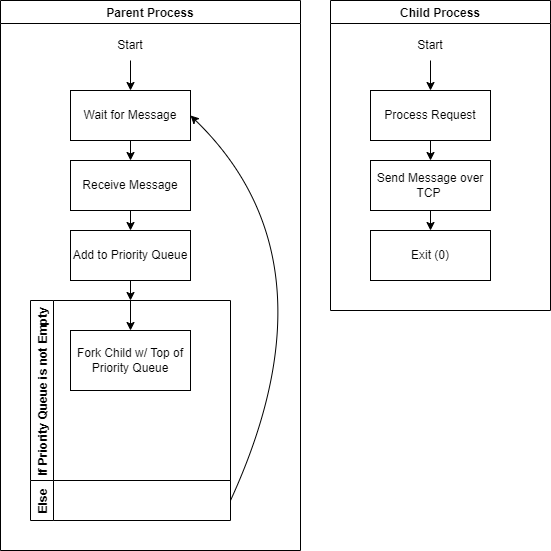
The draw.io diagram multi-processing-diagram.png in RishabhNarang/os-challenge-REEL-OS, before a commit. Source tidied: cells renumbered, new cells last; positions are measured from the earlier drawing's top-left corner, leaving out a move shared by most shapes. The source it was exported from:
```xml
<mxGraphModel>
  <root>
    <mxCell id="0" />
    <mxCell id="1" parent="0" />
    <mxCell id="2" value="Parent Process" style="swimlane;" parent="1" vertex="1">
      <mxGeometry width="300" height="550" as="geometry" />
    </mxCell>
    <mxCell id="3" style="edgeStyle=orthogonalEdgeStyle;rounded=0;jettySize=auto;html=1;exitX=0.5;exitY=1;exitDx=0;exitDy=0;" parent="2" edge="1" source="4">
      <mxGeometry relative="1" as="geometry">
        <mxPoint x="130" y="160" as="targetPoint" />
      </mxGeometry>
    </mxCell>
    <mxCell id="4" value="Wait for Message" style="rounded=0;whiteSpace=wrap;html=1;" parent="2" vertex="1">
      <mxGeometry x="70" y="90" width="120" height="50" as="geometry" />
    </mxCell>
    <mxCell id="5" style="edgeStyle=orthogonalEdgeStyle;rounded=0;jettySize=auto;html=1;" parent="2" edge="1" source="6">
      <mxGeometry relative="1" as="geometry">
        <mxPoint x="130" y="300" as="targetPoint" />
        <Array as="points">
          <mxPoint x="130" y="280" />
        </Array>
      </mxGeometry>
    </mxCell>
    <mxCell id="6" value="Add to Priority Queue" style="rounded=0;whiteSpace=wrap;html=1;" parent="2" vertex="1">
      <mxGeometry x="70" y="230" width="120" height="50" as="geometry" />
    </mxCell>
    <mxCell id="7" value="If Priority Queue is not Empty" style="swimlane;horizontal=0;" parent="2" vertex="1">
      <mxGeometry x="30" y="300" width="200" height="180" as="geometry" />
    </mxCell>
    <mxCell id="8" value="Fork Child w/ Top of Priority Queue" style="rounded=0;whiteSpace=wrap;html=1;" parent="7" vertex="1">
      <mxGeometry x="40" y="30" width="120" height="60" as="geometry" />
    </mxCell>
    <mxCell id="9" style="edgeStyle=orthogonalEdgeStyle;rounded=0;jettySize=auto;html=1;exitX=0.5;exitY=0;exitDx=0;exitDy=0;" parent="7" edge="1" source="7" target="8">
      <mxGeometry relative="1" as="geometry">
        <Array as="points">
          <mxPoint x="100" y="30" />
          <mxPoint x="100" y="30" />
        </Array>
      </mxGeometry>
    </mxCell>
    <mxCell id="10" value="Else" style="swimlane;horizontal=0;" parent="2" vertex="1">
      <mxGeometry x="30" y="480" width="200" height="40" as="geometry" />
    </mxCell>
    <mxCell id="11" style="edgeStyle=orthogonalEdgeStyle;rounded=0;jettySize=auto;html=1;exitX=0.5;exitY=1;exitDx=0;exitDy=0;entryX=0.5;entryY=0;entryDx=0;entryDy=0;" parent="2" edge="1" source="12" target="6">
      <mxGeometry relative="1" as="geometry" />
    </mxCell>
    <mxCell id="12" value="Receive Message" style="rounded=0;whiteSpace=wrap;html=1;" parent="2" vertex="1">
      <mxGeometry x="70" y="160" width="120" height="50" as="geometry" />
    </mxCell>
    <mxCell id="13" style="endArrow=classic;html=1;rounded=0;entryX=0.5;entryY=0;entryDx=0;entryDy=0;" parent="2" edge="1" target="4">
      <mxGeometry relative="1" as="geometry">
        <mxPoint x="130" y="60" as="sourcePoint" />
      </mxGeometry>
    </mxCell>
    <mxCell id="14" style="curved=1;endArrow=classic;html=1;rounded=0;entryX=1;entryY=0.5;entryDx=0;entryDy=0;" parent="2" edge="1" target="4">
      <mxGeometry relative="1" as="geometry">
        <mxPoint x="230" y="500" as="sourcePoint" />
        <Array as="points">
          <mxPoint x="340" y="260" />
        </Array>
      </mxGeometry>
    </mxCell>
    <mxCell id="15" value="Start" style="text;html=1;strokeColor=none;fillColor=none;align=center;verticalAlign=middle;whiteSpace=wrap;rounded=0;" parent="2" vertex="1">
      <mxGeometry x="100" y="30" width="60" height="30" as="geometry" />
    </mxCell>
    <mxCell id="16" value="Child Process" style="swimlane;" parent="1" vertex="1">
      <mxGeometry x="330" width="220" height="310" as="geometry" />
    </mxCell>
    <mxCell id="17" style="edgeStyle=orthogonalEdgeStyle;rounded=0;jettySize=auto;html=1;exitX=0.5;exitY=1;exitDx=0;exitDy=0;" parent="16" edge="1" source="18">
      <mxGeometry relative="1" as="geometry">
        <mxPoint x="100" y="160" as="targetPoint" />
      </mxGeometry>
    </mxCell>
    <mxCell id="18" value="Process Request" style="rounded=0;whiteSpace=wrap;html=1;" parent="16" vertex="1">
      <mxGeometry x="40" y="90" width="120" height="50" as="geometry" />
    </mxCell>
    <mxCell id="19" value="Exit (0)" style="rounded=0;whiteSpace=wrap;html=1;" parent="16" vertex="1">
      <mxGeometry x="40" y="230" width="120" height="50" as="geometry" />
    </mxCell>
    <mxCell id="20" style="edgeStyle=orthogonalEdgeStyle;rounded=0;jettySize=auto;html=1;exitX=0.5;exitY=1;exitDx=0;exitDy=0;entryX=0.5;entryY=0;entryDx=0;entryDy=0;" parent="16" edge="1" source="21" target="19">
      <mxGeometry relative="1" as="geometry" />
    </mxCell>
    <mxCell id="21" value="Send Message over TCP&amp;nbsp;" style="rounded=0;whiteSpace=wrap;html=1;" parent="16" vertex="1">
      <mxGeometry x="40" y="160" width="120" height="50" as="geometry" />
    </mxCell>
    <mxCell id="22" style="endArrow=classic;html=1;rounded=0;entryX=0.5;entryY=0;entryDx=0;entryDy=0;" parent="16" edge="1" target="18">
      <mxGeometry relative="1" as="geometry">
        <mxPoint x="100" y="60" as="sourcePoint" />
      </mxGeometry>
    </mxCell>
    <mxCell id="23" value="Start" style="text;html=1;strokeColor=none;fillColor=none;align=center;verticalAlign=middle;whiteSpace=wrap;rounded=0;" parent="16" vertex="1">
      <mxGeometry x="70" y="30" width="60" height="30" as="geometry" />
    </mxCell>
  </root>
</mxGraphModel>
```
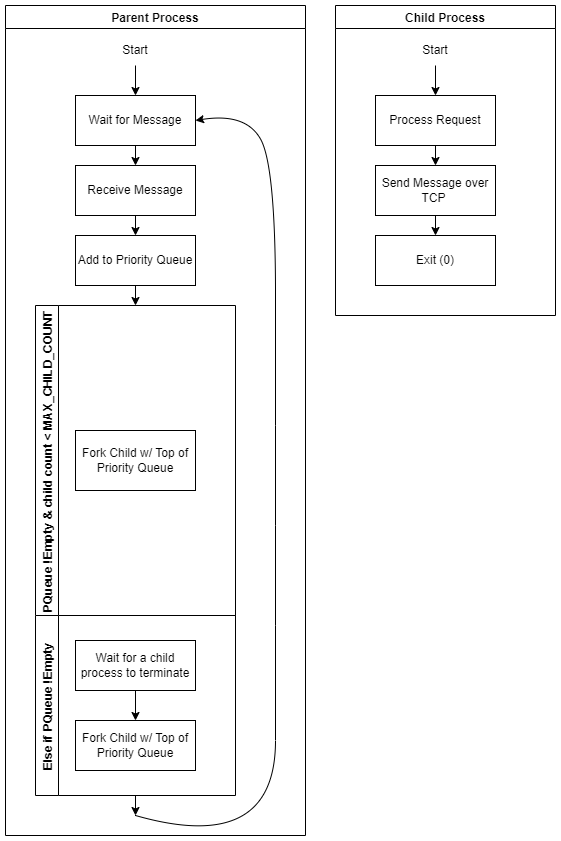
The same file after the commit.

The edit, as a diff of the source:
```diff
@@ -3,7 +3,7 @@
     <mxCell id="0" />
     <mxCell id="1" parent="0" />
     <mxCell id="2" value="Parent Process" style="swimlane;" parent="1" vertex="1">
-      <mxGeometry width="300" height="550" as="geometry" />
+      <mxGeometry width="300" height="830" as="geometry" />
     </mxCell>
     <mxCell id="3" style="edgeStyle=orthogonalEdgeStyle;rounded=0;jettySize=auto;html=1;exitX=0.5;exitY=1;exitDx=0;exitDy=0;" parent="2" edge="1" source="4">
       <mxGeometry relative="1" as="geometry">
@@ -24,23 +24,24 @@
     <mxCell id="6" value="Add to Priority Queue" style="rounded=0;whiteSpace=wrap;html=1;" parent="2" vertex="1">
       <mxGeometry x="70" y="230" width="120" height="50" as="geometry" />
     </mxCell>
-    <mxCell id="7" value="If Priority Queue is not Empty" style="swimlane;horizontal=0;" parent="2" vertex="1">
-      <mxGeometry x="30" y="300" width="200" height="180" as="geometry" />
+    <mxCell id="7" value="PQueue !Empty &amp; child count &lt; MAX_CHILD_COUNT" style="swimlane;horizontal=0;" parent="2" vertex="1">
+      <mxGeometry x="30" y="300" width="200" height="310" as="geometry" />
     </mxCell>
     <mxCell id="8" value="Fork Child w/ Top of Priority Queue" style="rounded=0;whiteSpace=wrap;html=1;" parent="7" vertex="1">
-      <mxGeometry x="40" y="30" width="120" height="60" as="geometry" />
+      <mxGeometry x="40" y="125" width="120" height="60" as="geometry" />
     </mxCell>
-    <mxCell id="9" style="edgeStyle=orthogonalEdgeStyle;rounded=0;jettySize=auto;html=1;exitX=0.5;exitY=0;exitDx=0;exitDy=0;" parent="7" edge="1" source="7" target="8">
-      <mxGeometry relative="1" as="geometry">
-        <Array as="points">
-          <mxPoint x="100" y="30" />
-          <mxPoint x="100" y="30" />
-        </Array>
-      </mxGeometry>
-    </mxCell>
-    <mxCell id="10" value="Else" style="swimlane;horizontal=0;" parent="2" vertex="1">
-      <mxGeometry x="30" y="480" width="200" height="40" as="geometry" />
+    <mxCell id="10" value="Else if PQueue !Empty" style="swimlane;horizontal=0;" parent="2" vertex="1">
+      <mxGeometry x="30" y="610" width="200" height="180" as="geometry" />
     </mxCell>
+    <mxCell id="24" value="Fork Child w/ Top of Priority Queue" style="rounded=0;whiteSpace=wrap;html=1;" parent="10" vertex="1">
+      <mxGeometry x="40" y="105" width="120" height="50" as="geometry" />
+    </mxCell>
+    <mxCell id="25" style="edgeStyle=orthogonalEdgeStyle;rounded=0;jettySize=auto;html=1;exitX=0.5;exitY=1;exitDx=0;exitDy=0;entryX=0.5;entryY=0;entryDx=0;entryDy=0;" parent="10" edge="1" source="26" target="24">
+      <mxGeometry relative="1" as="geometry" />
+    </mxCell>
+    <mxCell id="26" value="Wait for a child process to terminate" style="rounded=0;whiteSpace=wrap;html=1;" parent="10" vertex="1">
+      <mxGeometry x="40" y="25" width="120" height="50" as="geometry" />
+    </mxCell>
     <mxCell id="11" style="edgeStyle=orthogonalEdgeStyle;rounded=0;jettySize=auto;html=1;exitX=0.5;exitY=1;exitDx=0;exitDy=0;entryX=0.5;entryY=0;entryDx=0;entryDy=0;" parent="2" edge="1" source="12" target="6">
       <mxGeometry relative="1" as="geometry" />
     </mxCell>
@@ -52,17 +53,21 @@
         <mxPoint x="130" y="60" as="sourcePoint" />
       </mxGeometry>
     </mxCell>
-    <mxCell id="14" style="curved=1;endArrow=classic;html=1;rounded=0;entryX=1;entryY=0.5;entryDx=0;entryDy=0;" parent="2" edge="1" target="4">
-      <mxGeometry relative="1" as="geometry">
-        <mxPoint x="230" y="500" as="sourcePoint" />
-        <Array as="points">
-          <mxPoint x="340" y="260" />
-        </Array>
-      </mxGeometry>
-    </mxCell>
     <mxCell id="15" value="Start" style="text;html=1;strokeColor=none;fillColor=none;align=center;verticalAlign=middle;whiteSpace=wrap;rounded=0;" parent="2" vertex="1">
       <mxGeometry x="100" y="30" width="60" height="30" as="geometry" />
     </mxCell>
+    <mxCell id="27" style="curved=1;endArrow=classic;html=1;rounded=0;entryX=1;entryY=0.5;entryDx=0;entryDy=0;" parent="2" edge="1" target="4">
+      <mxGeometry relative="1" as="geometry">
+        <mxPoint x="130" y="810" as="sourcePoint" />
+        <Array as="points">
+          <mxPoint x="270" y="850" />
+          <mxPoint x="270" y="620" />
+          <mxPoint x="270" y="420" />
+          <mxPoint x="270" y="160" />
+          <mxPoint x="240" y="107" />
+        </Array>
+      </mxGeometry>
+    </mxCell>
     <mxCell id="16" value="Child Process" style="swimlane;" parent="1" vertex="1">
       <mxGeometry x="330" width="220" height="310" as="geometry" />
     </mxCell>
@@ -91,5 +96,10 @@
     <mxCell id="23" value="Start" style="text;html=1;strokeColor=none;fillColor=none;align=center;verticalAlign=middle;whiteSpace=wrap;rounded=0;" parent="16" vertex="1">
       <mxGeometry x="70" y="30" width="60" height="30" as="geometry" />
     </mxCell>
+    <mxCell id="28" style="edgeStyle=orthogonalEdgeStyle;rounded=0;jettySize=auto;html=1;exitX=0.5;exitY=1;exitDx=0;exitDy=0;" parent="1" edge="1" source="10">
+      <mxGeometry relative="1" as="geometry">
+        <mxPoint x="130" y="810" as="targetPoint" />
+      </mxGeometry>
+    </mxCell>
   </root>
 </mxGraphModel>
```
